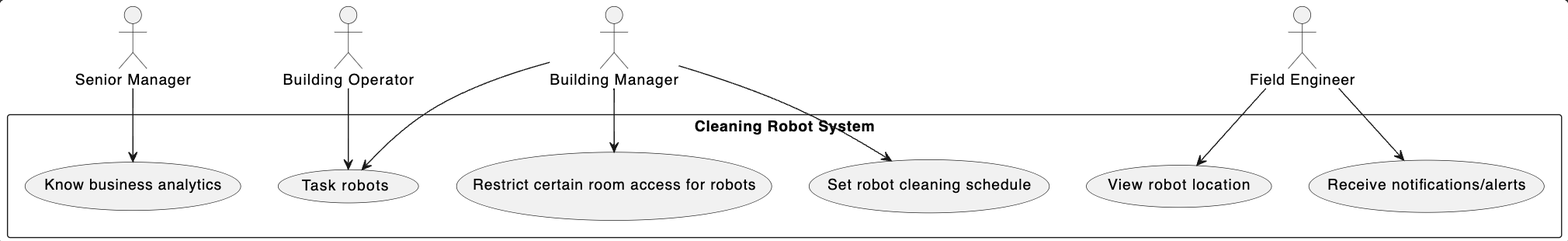
Earlier version of the PlantUML export docs/design/use_case_diagram/use_case_diagram.png (ur-swe-fa24/main-project-tidytech). Its source is kept beside it as docs/design/use_case_diagram/use_case_diagram.puml. Its diagram source:
```plantuml
@startuml ABasicUseDiagram

actor "Building Operator" as BO
actor "Senior Manager" as SM
actor "Building Manager" as BM
actor "Field Engineer" as FE


rectangle "Cleaning Robot System" {
    usecase "Task robots" as U1
    usecase "Know business analytics" as U2
    usecase "Restrict certain room access for robots" as U3
    usecase "Set robot cleaning schedule" as U4
    usecase "View robot location" as U5
    usecase "Receive notifications/alerts" as U6
}

BO --> U1
SM --> U2
BM --> U1
BM --> U3
BM --> U4
FE --> U5
FE --> U6

@enduml
```
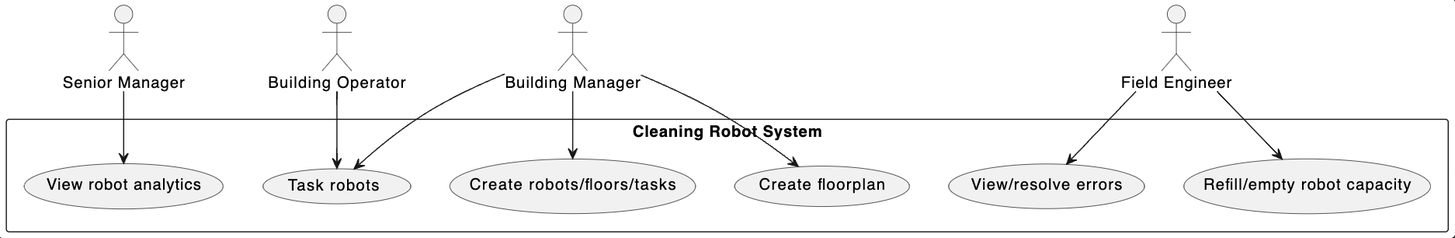
After the commit.

Change to the diagram source:
```diff
@@ -8,11 +8,11 @@
 
 rectangle "Cleaning Robot System" {
     usecase "Task robots" as U1
-    usecase "Know business analytics" as U2
-    usecase "Restrict certain room access for robots" as U3
-    usecase "Set robot cleaning schedule" as U4
-    usecase "View robot location" as U5
-    usecase "Receive notifications/alerts" as U6
+    usecase "View robot analytics" as U2
+    usecase "Create robots/floors/tasks" as U3
+    usecase "Create floorplan" as U4
+    usecase "View/resolve errors" as U5
+    usecase "Refill/empty robot capacity" as U6
 }
 
 BO --> U1
```
